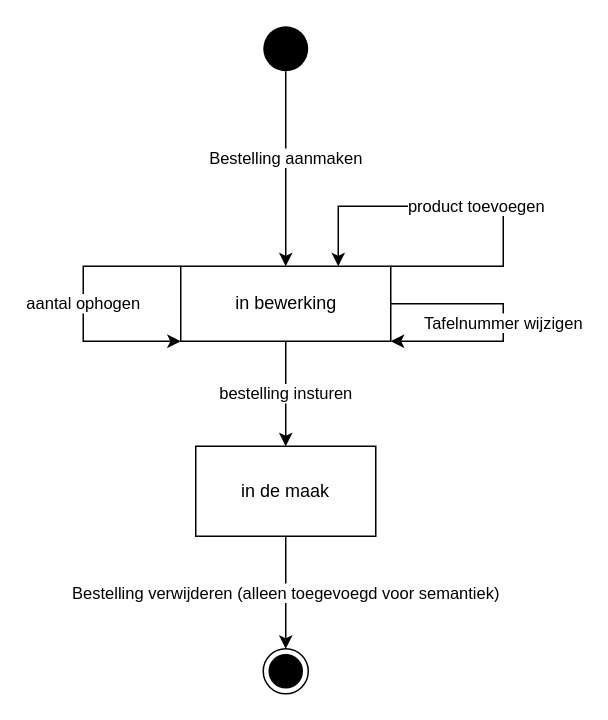
Above: page "bestelling" (1 of 3) of documentatie/lifecycle/lifeCycle.drawio in Armaniimus/ARE_Galaxy-burger (draw.io), before the change. Source tidied: cells renumbered, new cells numbered last; positions are measured from the earlier drawing's top-left corner, leaving out a move shared by most shapes. Both pictures are drawn from the tidied source at 150%, with x=0, y=0 at pixel (82, 26).
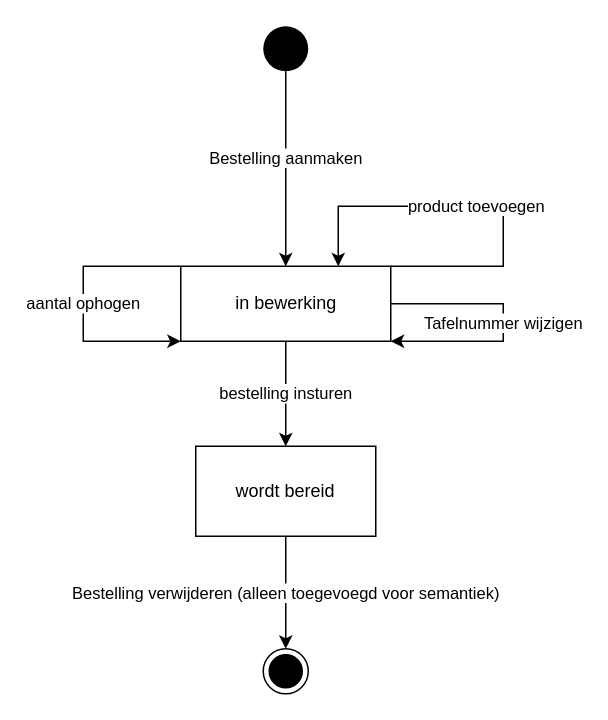
The same page after the edit.

Diff of the diagram source:
```diff
@@
 <mxGraphModel>
   <root>
     <mxCell id="0" />
     <mxCell id="1" parent="0" />
     <mxCell id="2" value="bestelling insturen" style="edgeStyle=orthogonalEdgeStyle;rounded=0;jettySize=auto;html=1;exitX=0.5;exitY=1;exitDx=0;exitDy=0;entryX=0.5;entryY=0;entryDx=0;entryDy=0;" parent="1" edge="1" source="4" target="11">
       <mxGeometry relative="1" as="geometry" />
     </mxCell>
     <mxCell id="3" value="Tafelnummer wijzigen" style="edgeStyle=orthogonalEdgeStyle;rounded=0;orthogonalLoop=1;jettySize=auto;html=1;exitX=1;exitY=0.5;exitDx=0;exitDy=0;entryX=1;entryY=1;entryDx=0;entryDy=0;" parent="1" edge="1" source="4" target="4">
       <mxGeometry relative="1" as="geometry">
         <Array as="points">
           <mxPoint x="280" y="185" />
           <mxPoint x="280" y="210" />
         </Array>
       </mxGeometry>
     </mxCell>
     <mxCell id="4" value="in bewerking" style="html=1;" parent="1" vertex="1">
       <mxGeometry x="65" y="160" width="140" height="50" as="geometry" />
     </mxCell>
     <mxCell id="5" value="Bestelling aanmaken" style="edgeStyle=orthogonalEdgeStyle;rounded=0;jettySize=auto;html=1;" parent="1" edge="1" source="6" target="4">
       <mxGeometry x="-0.11" relative="1" as="geometry" />
     </mxCell>
     <mxCell id="6" style="ellipse;fillColor=#000000;strokeColor=none;" parent="1" vertex="1">
       <mxGeometry x="120" width="30" height="30" as="geometry" />
     </mxCell>
     <mxCell id="7" style="ellipse;html=1;shape=endState;fillColor=#000000;strokeColor=#000000;" parent="1" vertex="1">
       <mxGeometry x="120" y="415" width="30" height="30" as="geometry" />
     </mxCell>
     <mxCell id="8" value="product toevoegen" style="edgeStyle=orthogonalEdgeStyle;rounded=0;orthogonalLoop=1;jettySize=auto;html=1;exitX=1;exitY=0;exitDx=0;exitDy=0;entryX=0.75;entryY=0;entryDx=0;entryDy=0;" parent="1" edge="1" source="4" target="4">
       <mxGeometry relative="1" as="geometry">
         <Array as="points">
           <mxPoint x="280" y="160" />
           <mxPoint x="280" y="120" />
           <mxPoint x="170" y="120" />
         </Array>
       </mxGeometry>
     </mxCell>
     <mxCell id="9" value="aantal ophogen" style="edgeStyle=orthogonalEdgeStyle;rounded=0;orthogonalLoop=1;jettySize=auto;html=1;exitX=0;exitY=0;exitDx=0;exitDy=0;entryX=0;entryY=1;entryDx=0;entryDy=0;" parent="1" edge="1" source="4" target="4">
       <mxGeometry relative="1" as="geometry">
         <Array as="points">
           <mxPoint y="160" />
           <mxPoint y="210" />
         </Array>
       </mxGeometry>
     </mxCell>
     <mxCell id="10" value="&lt;span style=&quot;font-family: &amp;#34;helvetica&amp;#34;&quot;&gt;Bestelling verwijderen (alleen toegevoegd voor semantiek)&lt;/span&gt;" style="edgeStyle=orthogonalEdgeStyle;rounded=0;jettySize=auto;html=1;exitX=0.5;exitY=1;exitDx=0;exitDy=0;entryX=0.5;entryY=0;entryDx=0;entryDy=0;" parent="1" edge="1" source="11" target="7">
       <mxGeometry relative="1" as="geometry" />
     </mxCell>
-    <mxCell id="11" value="in de maak" style="rounded=0;whiteSpace=wrap;html=1;" parent="1" vertex="1">
+    <mxCell id="11" value="wordt bereid" style="rounded=0;whiteSpace=wrap;html=1;" parent="1" vertex="1">
       <mxGeometry x="75" y="280" width="120" height="60" as="geometry" />
     </mxCell>
   </root>
 </mxGraphModel>
```
